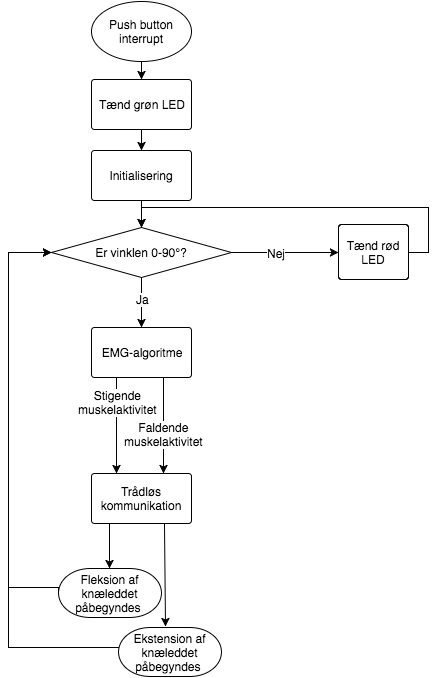
Before: figures/implementering/overordnet_flow.png, a diagram exported from draw.io (mariakroustrup/ST4). Source tidied: cells renumbered, new cells last; positions are measured from the earlier drawing's top-left corner, leaving out a move shared by most shapes. Its diagram source:
```xml
<mxGraphModel background="#ffffff">
  <root>
    <mxCell id="0" />
    <mxCell id="1" parent="0" />
    <mxCell id="2" value="Push button interrupt" style="strokeWidth=1;html=1;shape=mxgraph.flowchart.start_1;whiteSpace=wrap;" parent="1" vertex="1">
      <mxGeometry x="83" width="100" height="60" as="geometry" />
    </mxCell>
    <mxCell id="3" value="Initialisering" style="strokeWidth=1;html=1;shape=mxgraph.flowchart.process;whiteSpace=wrap;" parent="1" vertex="1">
      <mxGeometry x="83" y="149" width="100" height="50" as="geometry" />
    </mxCell>
    <mxCell id="4" value="EMG-algoritme" style="strokeWidth=1;html=1;shape=mxgraph.flowchart.process;whiteSpace=wrap;" parent="1" vertex="1">
      <mxGeometry x="83" y="326" width="100" height="50" as="geometry" />
    </mxCell>
    <mxCell id="5" value="&lt;span&gt;Er vinklen 0-90°?&lt;/span&gt;" style="strokeWidth=1;html=1;shape=mxgraph.flowchart.decision;whiteSpace=wrap;" parent="1" vertex="1">
      <mxGeometry x="43" y="226" width="180" height="50" as="geometry" />
    </mxCell>
    <mxCell id="6" style="edgeStyle=orthogonalEdgeStyle;rounded=0;html=1;exitX=0.5;exitY=1;exitPerimeter=0;entryX=0.5;entryY=0;entryPerimeter=0;startSize=6;jettySize=auto;" parent="1" edge="1" source="3" target="5">
      <mxGeometry relative="1" as="geometry" />
    </mxCell>
    <mxCell id="7" style="edgeStyle=orthogonalEdgeStyle;rounded=0;html=1;exitX=0.5;exitY=1;exitPerimeter=0;entryX=0.5;entryY=0;entryPerimeter=0;startSize=6;jettySize=auto;" parent="1" edge="1" source="5" target="4">
      <mxGeometry relative="1" as="geometry" />
    </mxCell>
    <mxCell id="8" value="Ja" style="text;html=1;align=center;verticalAlign=middle;labelBackgroundColor=#ffffff;" parent="7" vertex="1">
      <mxGeometry x="-0.16" y="1" relative="1" as="geometry" />
    </mxCell>
    <mxCell id="9" value="Trådløs kommunikation" style="strokeWidth=1;html=1;shape=mxgraph.flowchart.process;whiteSpace=wrap;" parent="1" vertex="1">
      <mxGeometry x="83" y="472" width="100" height="50" as="geometry" />
    </mxCell>
    <mxCell id="10" value="Fleksion af knæleddet påbegyndes&amp;nbsp;" style="strokeWidth=1;html=1;shape=mxgraph.flowchart.terminator;whiteSpace=wrap;" parent="1" vertex="1">
      <mxGeometry x="50" y="567" width="103" height="49" as="geometry" />
    </mxCell>
    <mxCell id="11" style="edgeStyle=orthogonalEdgeStyle;rounded=0;html=1;exitX=0;exitY=0.5;exitPerimeter=0;entryX=0;entryY=0.5;entryPerimeter=0;startSize=6;jettySize=auto;" parent="1" edge="1" source="10" target="5">
      <mxGeometry relative="1" as="geometry">
        <Array as="points">
          <mxPoint y="586" />
          <mxPoint y="251" />
        </Array>
      </mxGeometry>
    </mxCell>
    <mxCell id="12" value="Tænd rød LED" style="strokeWidth=1;html=1;shape=mxgraph.flowchart.process;whiteSpace=wrap;fillColor=#ffffff;gradientColor=#FFFFFF;" parent="1" vertex="1">
      <mxGeometry x="330" y="223" width="70" height="55" as="geometry" />
    </mxCell>
    <mxCell id="13" style="edgeStyle=orthogonalEdgeStyle;rounded=0;html=1;exitX=1;exitY=0.5;exitPerimeter=0;entryX=0;entryY=0.5;entryPerimeter=0;startSize=6;jettySize=auto;" parent="1" edge="1" source="5" target="12">
      <mxGeometry relative="1" as="geometry" />
    </mxCell>
    <mxCell id="14" value="Nej" style="text;html=1;align=center;verticalAlign=middle;labelBackgroundColor=#ffffff;" parent="13" vertex="1">
      <mxGeometry x="-0.37" y="-3" relative="1" as="geometry">
        <mxPoint x="10" y="-3" as="offset" />
      </mxGeometry>
    </mxCell>
    <mxCell id="15" style="endArrow=classic;html=1;entryX=0.25;entryY=0;entryPerimeter=0;exitX=0.25;exitY=1.08;exitPerimeter=0;" parent="1" edge="1">
      <mxGeometry relative="1" as="geometry">
        <mxPoint x="108" y="376" as="sourcePoint" />
        <mxPoint x="108" y="472" as="targetPoint" />
      </mxGeometry>
    </mxCell>
    <mxCell id="16" value="Stigende&lt;div&gt;muskelaktivitet&lt;/div&gt;" style="text;html=1;align=center;verticalAlign=middle;labelBackgroundColor=#ffffff;" parent="15" vertex="1">
      <mxGeometry x="-0.48" y="1" relative="1" as="geometry">
        <mxPoint y="-1" as="offset" />
      </mxGeometry>
    </mxCell>
    <mxCell id="17" style="endArrow=classic;html=1;entryX=0.25;entryY=0;entryPerimeter=0;exitX=0.25;exitY=1.08;exitPerimeter=0;" parent="1" edge="1">
      <mxGeometry x="435" y="401" as="geometry">
        <mxPoint x="155" y="376" as="sourcePoint" />
        <mxPoint x="155" y="472" as="targetPoint" />
      </mxGeometry>
    </mxCell>
    <mxCell id="18" value="&lt;span&gt;Faldende&lt;/span&gt;&lt;div&gt;muskelaktivitet&lt;/div&gt;" style="text;html=1;align=center;verticalAlign=middle;labelBackgroundColor=#ffffff;" parent="17" vertex="1">
      <mxGeometry relative="1" as="geometry">
        <mxPoint y="8" as="offset" />
      </mxGeometry>
    </mxCell>
    <mxCell id="19" style="endArrow=classic;html=1;entryX=0.5;entryY=0;entryPerimeter=0;" parent="1" edge="1">
      <mxGeometry relative="1" as="geometry">
        <mxPoint x="101" y="522" as="sourcePoint" />
        <mxPoint x="101" y="567" as="targetPoint" />
      </mxGeometry>
    </mxCell>
    <mxCell id="20" style="endArrow=classic;html=1;entryX=0.5;entryY=0;entryPerimeter=0;exitX=0.73;exitY=1.04;exitPerimeter=0;" parent="1" edge="1">
      <mxGeometry relative="1" as="geometry">
        <mxPoint x="156" y="523" as="sourcePoint" />
        <mxPoint x="157" y="625" as="targetPoint" />
      </mxGeometry>
    </mxCell>
    <mxCell id="21" style="edgeStyle=orthogonalEdgeStyle;rounded=0;html=1;exitX=0;exitY=0.5;exitPerimeter=0;entryX=0;entryY=0.5;entryPerimeter=0;startSize=6;jettySize=auto;" parent="1" edge="1" target="5">
      <mxGeometry relative="1" as="geometry">
        <mxPoint x="114" y="651" as="sourcePoint" />
        <Array as="points">
          <mxPoint y="646" />
          <mxPoint y="251" />
        </Array>
      </mxGeometry>
    </mxCell>
    <mxCell id="22" value="Ekstension af knæleddet påbegyndes&amp;nbsp;" style="strokeWidth=1;html=1;shape=mxgraph.flowchart.terminator;whiteSpace=wrap;" parent="1" vertex="1">
      <mxGeometry x="110" y="626" width="103" height="49" as="geometry" />
    </mxCell>
    <mxCell id="23" style="edgeStyle=orthogonalEdgeStyle;rounded=0;html=1;exitX=1;exitY=0.5;exitPerimeter=0;entryX=0.5;entryY=0;entryPerimeter=0;startSize=6;jettySize=auto;" parent="1" edge="1" source="12" target="5">
      <mxGeometry relative="1" as="geometry">
        <Array as="points">
          <mxPoint x="420" y="251" />
          <mxPoint x="420" y="206" />
          <mxPoint x="133" y="206" />
        </Array>
      </mxGeometry>
    </mxCell>
    <mxCell id="24" value="Tænd grøn LED" style="strokeWidth=1;html=1;shape=mxgraph.flowchart.process;whiteSpace=wrap;" parent="1" vertex="1">
      <mxGeometry x="83" y="78" width="100" height="50" as="geometry" />
    </mxCell>
    <mxCell id="25" style="edgeStyle=orthogonalEdgeStyle;rounded=0;html=1;exitX=0.5;exitY=1;exitPerimeter=0;entryX=0.5;entryY=0;entryPerimeter=0;startSize=6;jettySize=auto;" parent="1" edge="1" source="2" target="24">
      <mxGeometry relative="1" as="geometry" />
    </mxCell>
    <mxCell id="26" style="edgeStyle=orthogonalEdgeStyle;rounded=0;html=1;exitX=0.5;exitY=1;exitPerimeter=0;entryX=0.5;entryY=0;entryPerimeter=0;startSize=6;jettySize=auto;" parent="1" edge="1" source="24">
      <mxGeometry relative="1" as="geometry">
        <mxPoint x="133" y="149" as="targetPoint" />
      </mxGeometry>
    </mxCell>
  </root>
</mxGraphModel>
```
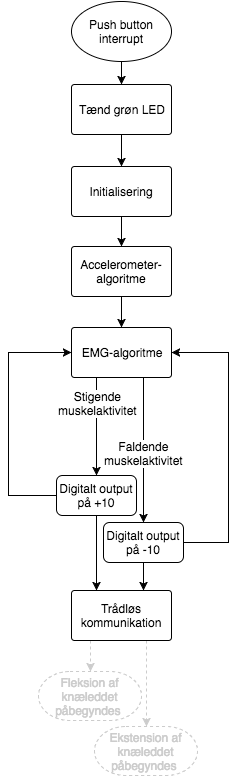
Above is the later version.

Commit message:
såååå er der flowdiagrammer

What changed in the source:
```diff
@@ -6,52 +6,23 @@
       <mxGeometry x="83" width="100" height="60" as="geometry" />
     </mxCell>
     <mxCell id="3" value="Initialisering" style="strokeWidth=1;html=1;shape=mxgraph.flowchart.process;whiteSpace=wrap;" parent="1" vertex="1">
-      <mxGeometry x="83" y="149" width="100" height="50" as="geometry" />
+      <mxGeometry x="83" y="165" width="100" height="50" as="geometry" />
     </mxCell>
     <mxCell id="4" value="EMG-algoritme" style="strokeWidth=1;html=1;shape=mxgraph.flowchart.process;whiteSpace=wrap;" parent="1" vertex="1">
       <mxGeometry x="83" y="326" width="100" height="50" as="geometry" />
     </mxCell>
-    <mxCell id="5" value="&lt;span&gt;Er vinklen 0-90°?&lt;/span&gt;" style="strokeWidth=1;html=1;shape=mxgraph.flowchart.decision;whiteSpace=wrap;" parent="1" vertex="1">
-      <mxGeometry x="43" y="226" width="180" height="50" as="geometry" />
-    </mxCell>
-    <mxCell id="6" style="edgeStyle=orthogonalEdgeStyle;rounded=0;html=1;exitX=0.5;exitY=1;exitPerimeter=0;entryX=0.5;entryY=0;entryPerimeter=0;startSize=6;jettySize=auto;" parent="1" edge="1" source="3" target="5">
+    <mxCell id="6" style="edgeStyle=orthogonalEdgeStyle;rounded=0;html=1;exitX=0.5;exitY=1;exitPerimeter=0;entryX=0.5;entryY=0;entryPerimeter=0;startSize=6;jettySize=auto;" parent="1" edge="1" source="3" target="34">
       <mxGeometry relative="1" as="geometry" />
     </mxCell>
-    <mxCell id="7" style="edgeStyle=orthogonalEdgeStyle;rounded=0;html=1;exitX=0.5;exitY=1;exitPerimeter=0;entryX=0.5;entryY=0;entryPerimeter=0;startSize=6;jettySize=auto;" parent="1" edge="1" source="5" target="4">
+    <mxCell id="7" style="edgeStyle=orthogonalEdgeStyle;rounded=0;html=1;entryX=0.5;entryY=0;entryPerimeter=0;startSize=6;jettySize=auto;exitX=0.5;exitY=1;exitPerimeter=0;" parent="1" edge="1" source="34" target="4">
       <mxGeometry relative="1" as="geometry" />
     </mxCell>
-    <mxCell id="8" value="Ja" style="text;html=1;align=center;verticalAlign=middle;labelBackgroundColor=#ffffff;" parent="7" vertex="1">
-      <mxGeometry x="-0.16" y="1" relative="1" as="geometry" />
-    </mxCell>
-    <mxCell id="9" value="Trådløs kommunikation" style="strokeWidth=1;html=1;shape=mxgraph.flowchart.process;whiteSpace=wrap;" parent="1" vertex="1">
-      <mxGeometry x="83" y="472" width="100" height="50" as="geometry" />
-    </mxCell>
-    <mxCell id="10" value="Fleksion af knæleddet påbegyndes&amp;nbsp;" style="strokeWidth=1;html=1;shape=mxgraph.flowchart.terminator;whiteSpace=wrap;" parent="1" vertex="1">
-      <mxGeometry x="50" y="567" width="103" height="49" as="geometry" />
+    <mxCell id="10" value="&lt;font color=&quot;#cccccc&quot;&gt;Fleksion af knæleddet påbegyndes&amp;nbsp;&lt;/font&gt;" style="strokeWidth=1;html=1;shape=mxgraph.flowchart.terminator;whiteSpace=wrap;strokeColor=#CCCCCC;dashed=1;" parent="1" vertex="1">
+      <mxGeometry x="50" y="670" width="103" height="49" as="geometry" />
     </mxCell>
-    <mxCell id="11" style="edgeStyle=orthogonalEdgeStyle;rounded=0;html=1;exitX=0;exitY=0.5;exitPerimeter=0;entryX=0;entryY=0.5;entryPerimeter=0;startSize=6;jettySize=auto;" parent="1" edge="1" source="10" target="5">
-      <mxGeometry relative="1" as="geometry">
-        <Array as="points">
-          <mxPoint y="586" />
-          <mxPoint y="251" />
-        </Array>
-      </mxGeometry>
-    </mxCell>
-    <mxCell id="12" value="Tænd rød LED" style="strokeWidth=1;html=1;shape=mxgraph.flowchart.process;whiteSpace=wrap;fillColor=#ffffff;gradientColor=#FFFFFF;" parent="1" vertex="1">
-      <mxGeometry x="330" y="223" width="70" height="55" as="geometry" />
-    </mxCell>
-    <mxCell id="13" style="edgeStyle=orthogonalEdgeStyle;rounded=0;html=1;exitX=1;exitY=0.5;exitPerimeter=0;entryX=0;entryY=0.5;entryPerimeter=0;startSize=6;jettySize=auto;" parent="1" edge="1" source="5" target="12">
-      <mxGeometry relative="1" as="geometry" />
-    </mxCell>
-    <mxCell id="14" value="Nej" style="text;html=1;align=center;verticalAlign=middle;labelBackgroundColor=#ffffff;" parent="13" vertex="1">
-      <mxGeometry x="-0.37" y="-3" relative="1" as="geometry">
-        <mxPoint x="10" y="-3" as="offset" />
-      </mxGeometry>
-    </mxCell>
-    <mxCell id="15" style="endArrow=classic;html=1;entryX=0.25;entryY=0;entryPerimeter=0;exitX=0.25;exitY=1.08;exitPerimeter=0;" parent="1" edge="1">
+    <mxCell id="15" style="endArrow=classic;html=1;entryX=0.5;entryY=0;exitX=0.25;exitY=1.08;exitPerimeter=0;" parent="1" edge="1" target="27">
       <mxGeometry relative="1" as="geometry">
         <mxPoint x="108" y="376" as="sourcePoint" />
-        <mxPoint x="108" y="472" as="targetPoint" />
       </mxGeometry>
     </mxCell>
     <mxCell id="16" value="Stigende&lt;div&gt;muskelaktivitet&lt;/div&gt;" style="text;html=1;align=center;verticalAlign=middle;labelBackgroundColor=#ffffff;" parent="15" vertex="1">
@@ -59,60 +30,78 @@
         <mxPoint y="-1" as="offset" />
       </mxGeometry>
     </mxCell>
-    <mxCell id="17" style="endArrow=classic;html=1;entryX=0.25;entryY=0;entryPerimeter=0;exitX=0.25;exitY=1.08;exitPerimeter=0;" parent="1" edge="1">
+    <mxCell id="17" style="endArrow=classic;html=1;entryX=0.5;entryY=0;exitX=0.25;exitY=1.08;exitPerimeter=0;" parent="1" edge="1" target="30">
       <mxGeometry x="435" y="401" as="geometry">
         <mxPoint x="155" y="376" as="sourcePoint" />
-        <mxPoint x="155" y="472" as="targetPoint" />
       </mxGeometry>
     </mxCell>
     <mxCell id="18" value="&lt;span&gt;Faldende&lt;/span&gt;&lt;div&gt;muskelaktivitet&lt;/div&gt;" style="text;html=1;align=center;verticalAlign=middle;labelBackgroundColor=#ffffff;" parent="17" vertex="1">
       <mxGeometry relative="1" as="geometry">
-        <mxPoint y="8" as="offset" />
+        <mxPoint y="2" as="offset" />
       </mxGeometry>
     </mxCell>
-    <mxCell id="19" style="endArrow=classic;html=1;entryX=0.5;entryY=0;entryPerimeter=0;" parent="1" edge="1">
+    <mxCell id="19" style="endArrow=classic;html=1;entryX=0.5;entryY=0;entryPerimeter=0;dashed=1;strokeColor=#CCCCCC;" parent="1" edge="1" target="10">
       <mxGeometry relative="1" as="geometry">
-        <mxPoint x="101" y="522" as="sourcePoint" />
-        <mxPoint x="101" y="567" as="targetPoint" />
+        <mxPoint x="102" y="639" as="sourcePoint" />
       </mxGeometry>
     </mxCell>
-    <mxCell id="20" style="endArrow=classic;html=1;entryX=0.5;entryY=0;entryPerimeter=0;exitX=0.73;exitY=1.04;exitPerimeter=0;" parent="1" edge="1">
-      <mxGeometry relative="1" as="geometry">
-        <mxPoint x="156" y="523" as="sourcePoint" />
-        <mxPoint x="157" y="625" as="targetPoint" />
-      </mxGeometry>
-    </mxCell>
-    <mxCell id="21" style="edgeStyle=orthogonalEdgeStyle;rounded=0;html=1;exitX=0;exitY=0.5;exitPerimeter=0;entryX=0;entryY=0.5;entryPerimeter=0;startSize=6;jettySize=auto;" parent="1" edge="1" target="5">
-      <mxGeometry relative="1" as="geometry">
-        <mxPoint x="114" y="651" as="sourcePoint" />
-        <Array as="points">
-          <mxPoint y="646" />
-          <mxPoint y="251" />
-        </Array>
-      </mxGeometry>
-    </mxCell>
-    <mxCell id="22" value="Ekstension af knæleddet påbegyndes&amp;nbsp;" style="strokeWidth=1;html=1;shape=mxgraph.flowchart.terminator;whiteSpace=wrap;" parent="1" vertex="1">
-      <mxGeometry x="110" y="626" width="103" height="49" as="geometry" />
+    <mxCell id="22" value="&lt;font color=&quot;#cccccc&quot;&gt;Ekstension af knæleddet påbegyndes&amp;nbsp;&lt;/font&gt;" style="strokeWidth=1;html=1;shape=mxgraph.flowchart.terminator;whiteSpace=wrap;dashed=1;strokeColor=#CCCCCC;" parent="1" vertex="1">
+      <mxGeometry x="106" y="725" width="103" height="49" as="geometry" />
     </mxCell>
-    <mxCell id="23" style="edgeStyle=orthogonalEdgeStyle;rounded=0;html=1;exitX=1;exitY=0.5;exitPerimeter=0;entryX=0.5;entryY=0;entryPerimeter=0;startSize=6;jettySize=auto;" parent="1" edge="1" source="12" target="5">
-      <mxGeometry relative="1" as="geometry">
-        <Array as="points">
-          <mxPoint x="420" y="251" />
-          <mxPoint x="420" y="206" />
-          <mxPoint x="133" y="206" />
-        </Array>
-      </mxGeometry>
-    </mxCell>
     <mxCell id="24" value="Tænd grøn LED" style="strokeWidth=1;html=1;shape=mxgraph.flowchart.process;whiteSpace=wrap;" parent="1" vertex="1">
-      <mxGeometry x="83" y="78" width="100" height="50" as="geometry" />
+      <mxGeometry x="83" y="83" width="100" height="50" as="geometry" />
     </mxCell>
     <mxCell id="25" style="edgeStyle=orthogonalEdgeStyle;rounded=0;html=1;exitX=0.5;exitY=1;exitPerimeter=0;entryX=0.5;entryY=0;entryPerimeter=0;startSize=6;jettySize=auto;" parent="1" edge="1" source="2" target="24">
       <mxGeometry relative="1" as="geometry" />
     </mxCell>
-    <mxCell id="26" style="edgeStyle=orthogonalEdgeStyle;rounded=0;html=1;exitX=0.5;exitY=1;exitPerimeter=0;entryX=0.5;entryY=0;entryPerimeter=0;startSize=6;jettySize=auto;" parent="1" edge="1" source="24">
-      <mxGeometry relative="1" as="geometry">
-        <mxPoint x="133" y="149" as="targetPoint" />
-      </mxGeometry>
+    <mxCell id="26" style="edgeStyle=orthogonalEdgeStyle;rounded=0;html=1;exitX=0.5;exitY=1;exitPerimeter=0;entryX=0.5;entryY=0;entryPerimeter=0;startSize=6;jettySize=auto;" parent="1" edge="1" source="24" target="3">
+      <mxGeometry relative="1" as="geometry" />
     </mxCell>
+    <mxCell id="27" value="&lt;font color=&quot;#000000&quot;&gt;Digitalt output på +10&lt;/font&gt;" style="rounded=1;whiteSpace=wrap;html=1;strokeColor=#000000;strokeWidth=1;fillColor=#ffffff;fontColor=#CCCCCC;" parent="1" vertex="1">
+      <mxGeometry x="68" y="474" width="80" height="40" as="geometry" />
+    </mxCell>
+    <mxCell id="28" style="endArrow=classic;html=1;entryX=0.25;entryY=0.12;entryPerimeter=0;" parent="1" edge="1">
+      <mxGeometry x="388" y="533" as="geometry">
+        <mxPoint x="108" y="515" as="sourcePoint" />
+        <mxPoint x="108" y="589" as="targetPoint" />
+      </mxGeometry>
+    </mxCell>
+    <mxCell id="29" style="endArrow=classic;html=1;entryX=0.25;entryY=0.12;entryPerimeter=0;" parent="1" edge="1">
+      <mxGeometry x="435" y="533" as="geometry">
+        <mxPoint x="155" y="555" as="sourcePoint" />
+        <mxPoint x="155" y="589" as="targetPoint" />
+      </mxGeometry>
+    </mxCell>
+    <mxCell id="30" value="&lt;font color=&quot;#000000&quot;&gt;Digitalt output på -10&lt;/font&gt;" style="rounded=1;whiteSpace=wrap;html=1;strokeColor=#000000;strokeWidth=1;fillColor=#ffffff;fontColor=#CCCCCC;" parent="1" vertex="1">
+      <mxGeometry x="115" y="521" width="80" height="40" as="geometry" />
+    </mxCell>
+    <mxCell id="31" style="endArrow=classic;html=1;entryX=0.5;entryY=0;entryPerimeter=0;strokeColor=#CCCCCC;dashed=1;" parent="1" edge="1" target="22">
+      <mxGeometry x="437" y="592" as="geometry">
+        <mxPoint x="158" y="615" as="sourcePoint" />
+      </mxGeometry>
+    </mxCell>
+    <mxCell id="9" value="Trådløs kommunikation" style="strokeWidth=1;html=1;shape=mxgraph.flowchart.process;whiteSpace=wrap;" parent="1" vertex="1">
+      <mxGeometry x="83" y="589" width="100" height="50" as="geometry" />
+    </mxCell>
+    <mxCell id="32" style="edgeStyle=orthogonalEdgeStyle;rounded=0;html=1;exitX=1;exitY=0.5;exitPerimeter=0;entryX=1;entryY=0.5;entryPerimeter=0;startSize=6;jettySize=auto;" parent="1" edge="1" target="4">
+      <mxGeometry x="475" y="566" as="geometry">
+        <mxPoint x="195" y="541" as="sourcePoint" />
+        <Array as="points">
+          <mxPoint x="240" y="541" />
+          <mxPoint x="240" y="351" />
+        </Array>
+      </mxGeometry>
+    </mxCell>
+    <mxCell id="33" style="edgeStyle=orthogonalEdgeStyle;rounded=0;html=1;exitX=0;exitY=0.5;startSize=6;jettySize=auto;entryX=0;entryY=0.5;entryPerimeter=0;" parent="1" edge="1" source="27" target="4">
+      <mxGeometry x="260" y="420" as="geometry">
+        <Array as="points">
+          <mxPoint x="20" y="494" />
+          <mxPoint x="20" y="351" />
+        </Array>
+      </mxGeometry>
+    </mxCell>
+    <mxCell id="34" value="Accelerometer-algoritme" style="strokeWidth=1;html=1;shape=mxgraph.flowchart.process;whiteSpace=wrap;" parent="1" vertex="1">
+      <mxGeometry x="83" y="245" width="100" height="50" as="geometry" />
+    </mxCell>
   </root>
 </mxGraphModel>
```
